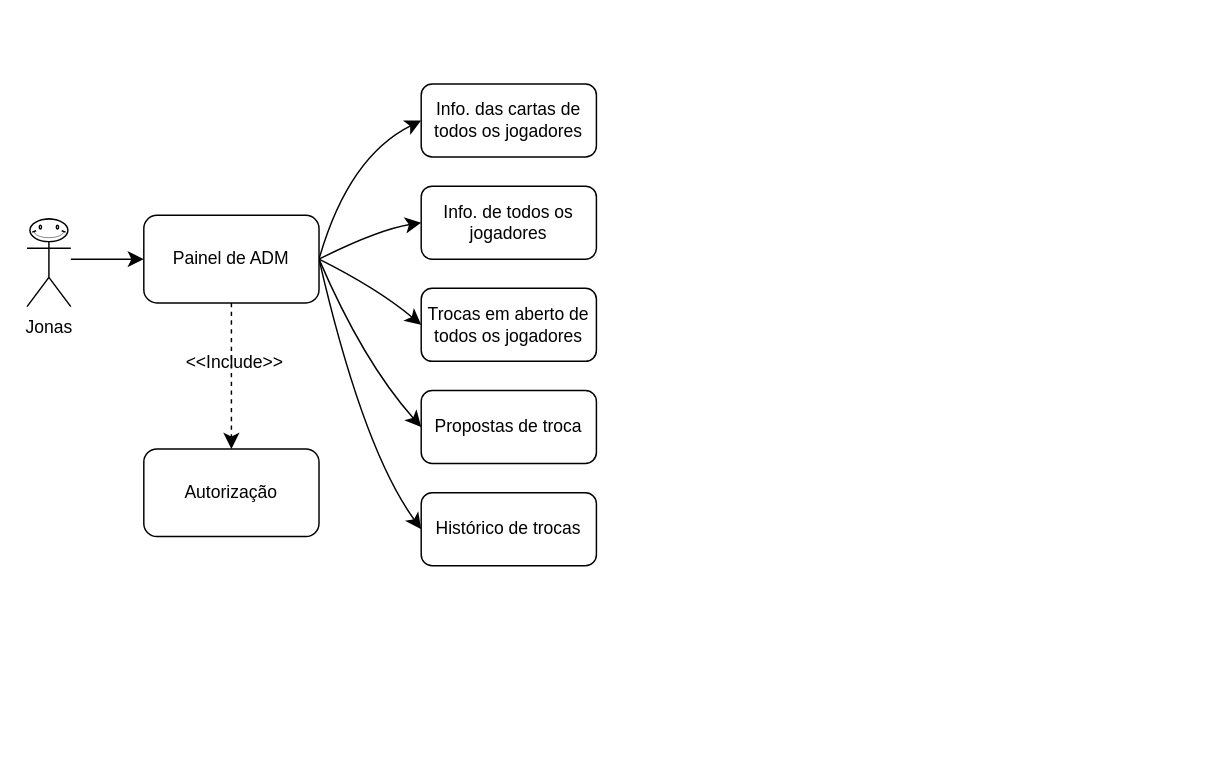
The draw.io diagram page "Page-1" (1 of 2) of .docs/diagrama-painel-adm.drawio in InatelS203-2025-1/painel-admin, before the edit. Source tidied: cells renumbered, new cells numbered last; positions are measured from the earlier drawing's top-left corner, leaving out a move shared by most shapes. Both pictures are drawn from the tidied source at 146%, with x=0, y=0 at pixel (26, 83).
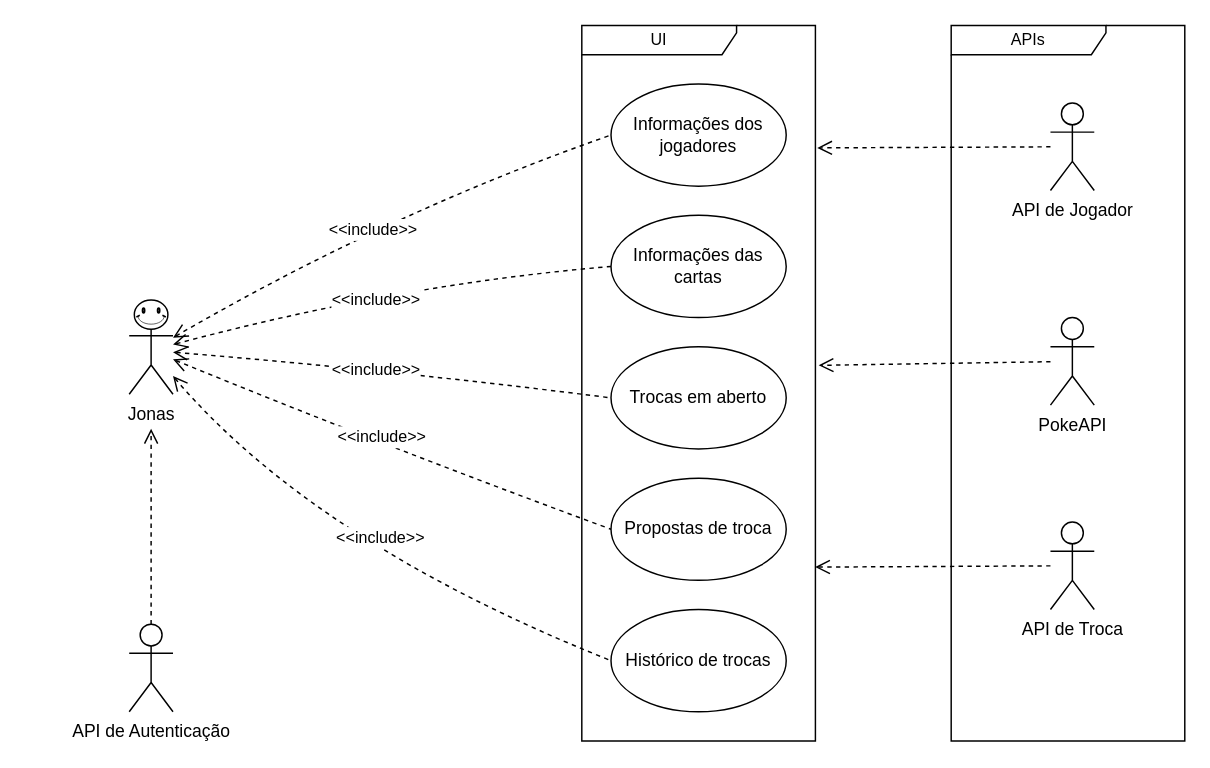
After the change.

Diff of the diagram source:
```diff
@@
-    <mxCell id="2" style="edgeStyle=none;curved=1;rounded=0;jettySize=auto;html=1;entryX=0.5;entryY=0;entryDx=0;entryDy=0;fontSize=12;startSize=8;endSize=8;dashed=1;labelBackgroundColor=none;fontColor=default;" parent="1" edge="1" source="9" target="15">
-      <mxGeometry relative="1" as="geometry" />
-    </mxCell>
-    <mxCell id="3" value="&amp;lt;&amp;lt;Include&amp;gt;&amp;gt;" style="edgeLabel;html=1;align=center;verticalAlign=middle;fontSize=12;labelBackgroundColor=none;" parent="2" vertex="1">
-      <mxGeometry x="-0.21" y="1" relative="1" as="geometry" />
-    </mxCell>
-    <mxCell id="4" style="edgeStyle=none;curved=1;rounded=0;jettySize=auto;html=1;entryX=0;entryY=0.5;entryDx=0;entryDy=0;fontSize=12;startSize=8;endSize=8;exitX=1;exitY=0.5;exitDx=0;exitDy=0;" parent="1" edge="1" source="9" target="13">
+    <mxCell id="4" style="edgeStyle=none;curved=1;rounded=0;jettySize=auto;html=1;entryX=0;entryY=0.5;entryDx=0;entryDy=0;fontSize=12;startSize=8;endSize=8;endArrow=none;startFill=0;dashed=1;startArrow=open;" parent="1" edge="1" source="11" target="23">
       <mxGeometry relative="1" as="geometry">
         <Array as="points">
-          <mxPoint x="220" y="50" />
+          <mxPoint x="256" y="137" />
         </Array>
       </mxGeometry>
     </mxCell>
-    <mxCell id="5" style="edgeStyle=none;curved=1;rounded=0;jettySize=auto;html=1;entryX=0;entryY=0.5;entryDx=0;entryDy=0;fontSize=12;startSize=8;endSize=8;exitX=1;exitY=0.5;exitDx=0;exitDy=0;" parent="1" edge="1" source="9" target="12">
-      <mxGeometry relative="1" as="geometry">
-        <Array as="points">
-          <mxPoint x="240" y="100" />
-        </Array>
-      </mxGeometry>
-    </mxCell>
+    <mxCell id="19" value="&lt;span style=&quot;font-size: 11px;&quot;&gt;&amp;lt;&amp;lt;include&amp;gt;&amp;gt;&lt;/span&gt;" style="edgeLabel;html=1;align=center;verticalAlign=middle;fontFamily=Helvetica;fontSize=12;fontColor=default;labelBackgroundColor=default;" parent="4" vertex="1">
+      <mxGeometry x="-0.22" y="-4" relative="1" as="geometry">
+        <mxPoint x="22" y="-4" as="offset" />
+      </mxGeometry>
+    </mxCell>
-    <mxCell id="6" style="edgeStyle=none;curved=1;rounded=0;jettySize=auto;html=1;entryX=0;entryY=0.5;entryDx=0;entryDy=0;fontSize=12;startSize=8;endSize=8;exitX=1;exitY=0.5;exitDx=0;exitDy=0;" parent="1" edge="1" source="9" target="14">
+    <mxCell id="6" style="edgeStyle=none;curved=1;rounded=0;jettySize=auto;html=1;entryX=0;entryY=0.5;entryDx=0;entryDy=0;fontSize=12;startSize=8;endSize=8;endArrow=none;startFill=0;dashed=1;startArrow=open;" parent="1" edge="1" source="11" target="24">
       <mxGeometry relative="1" as="geometry">
         <Array as="points">
-          <mxPoint x="240" y="140" />
+          <mxPoint x="250" y="196" />
         </Array>
       </mxGeometry>
     </mxCell>
+    <mxCell id="20" value="&lt;span style=&quot;font-size: 11px;&quot;&gt;&amp;lt;&amp;lt;include&amp;gt;&amp;gt;&lt;/span&gt;" style="edgeLabel;html=1;align=center;verticalAlign=middle;fontFamily=Helvetica;fontSize=12;fontColor=default;labelBackgroundColor=default;" parent="6" vertex="1">
+      <mxGeometry x="-0.24" y="2" relative="1" as="geometry">
+        <mxPoint x="24" y="4" as="offset" />
+      </mxGeometry>
+    </mxCell>
-    <mxCell id="7" style="edgeStyle=none;curved=1;rounded=0;jettySize=auto;html=1;entryX=0;entryY=0.5;entryDx=0;entryDy=0;fontSize=12;startSize=8;endSize=8;exitX=1;exitY=0.5;exitDx=0;exitDy=0;" parent="1" edge="1" source="9" target="17">
+    <mxCell id="7" style="edgeStyle=none;curved=1;rounded=0;jettySize=auto;html=1;entryX=0;entryY=0.5;entryDx=0;entryDy=0;fontSize=12;startSize=8;endSize=8;endArrow=none;startFill=0;dashed=1;startArrow=open;" parent="1" edge="1" source="11" target="17">
       <mxGeometry relative="1" as="geometry">
         <Array as="points">
-          <mxPoint x="230" y="190" />
+          <mxPoint x="245" y="248" />
         </Array>
       </mxGeometry>
     </mxCell>
+    <mxCell id="21" value="&lt;span style=&quot;font-size: 11px;&quot;&gt;&amp;lt;&amp;lt;include&amp;gt;&amp;gt;&lt;/span&gt;" style="edgeLabel;html=1;align=center;verticalAlign=middle;fontFamily=Helvetica;fontSize=12;fontColor=default;labelBackgroundColor=default;" parent="7" vertex="1">
+      <mxGeometry x="-0.18" y="9" relative="1" as="geometry">
+        <mxPoint x="17" y="11" as="offset" />
+      </mxGeometry>
+    </mxCell>
-    <mxCell id="8" style="edgeStyle=none;curved=1;rounded=0;jettySize=auto;html=1;entryX=0;entryY=0.5;entryDx=0;entryDy=0;fontSize=12;startSize=8;endSize=8;exitX=1;exitY=0.5;exitDx=0;exitDy=0;" parent="1" edge="1" source="9" target="18">
+    <mxCell id="8" style="edgeStyle=none;curved=1;rounded=0;jettySize=auto;html=1;entryX=0;entryY=0.5;entryDx=0;entryDy=0;fontSize=12;startSize=8;endSize=8;endArrow=none;startFill=0;dashed=1;startArrow=open;" parent="1" edge="1" source="11" target="18">
       <mxGeometry relative="1" as="geometry">
         <Array as="points">
-          <mxPoint x="230" y="250" />
+          <mxPoint x="197" y="314" />
         </Array>
       </mxGeometry>
     </mxCell>
-    <mxCell id="9" value="Painel de ADM" style="rounded=1;whiteSpace=wrap;html=1;labelBackgroundColor=none;" parent="1" vertex="1">
-      <mxGeometry x="80" y="90" width="120" height="60" as="geometry" />
-    </mxCell>
-    <mxCell id="10" style="edgeStyle=none;curved=1;rounded=0;jettySize=auto;html=1;entryX=0;entryY=0.5;entryDx=0;entryDy=0;fontSize=12;startSize=8;endSize=8;labelBackgroundColor=none;fontColor=default;" parent="1" edge="1" target="9">
-      <mxGeometry relative="1" as="geometry">
-        <mxPoint x="30" y="120" as="sourcePoint" />
-      </mxGeometry>
-    </mxCell>
+    <mxCell id="22" value="&lt;span style=&quot;font-size: 11px;&quot;&gt;&amp;lt;&amp;lt;include&amp;gt;&amp;gt;&lt;/span&gt;" style="edgeLabel;html=1;align=center;verticalAlign=middle;fontFamily=Helvetica;fontSize=12;fontColor=default;labelBackgroundColor=default;" parent="8" vertex="1">
+      <mxGeometry x="-0.15" y="10" relative="1" as="geometry">
+        <mxPoint x="35" y="3" as="offset" />
+      </mxGeometry>
+    </mxCell>
     <mxCell id="11" value="Jonas" style="shape=umlActor;verticalLabelPosition=bottom;verticalAlign=top;html=1;outlineConnect=0;labelBackgroundColor=none;" parent="1" vertex="1">
-      <mxGeometry y="92.5" width="30" height="60" as="geometry" />
+      <mxGeometry x="70" y="152.5" width="30" height="60" as="geometry" />
     </mxCell>
-    <mxCell id="12" value="Info. de todos os jogadores" style="rounded=1;whiteSpace=wrap;html=1;labelBackgroundColor=none;" parent="1" vertex="1">
-      <mxGeometry x="270" y="70" width="120" height="50" as="geometry" />
-    </mxCell>
-    <mxCell id="13" value="Info. das cartas de todos os jogadores" style="rounded=1;whiteSpace=wrap;html=1;labelBackgroundColor=none;" parent="1" vertex="1">
-      <mxGeometry x="270" width="120" height="50" as="geometry" />
-    </mxCell>
-    <mxCell id="14" value="Trocas em aberto de todos os jogadores" style="rounded=1;whiteSpace=wrap;html=1;labelBackgroundColor=none;" parent="1" vertex="1">
-      <mxGeometry x="270" y="140" width="120" height="50" as="geometry" />
-    </mxCell>
-    <mxCell id="15" value="Autorização" style="rounded=1;whiteSpace=wrap;html=1;labelBackgroundColor=none;" parent="1" vertex="1">
-      <mxGeometry x="80" y="250" width="120" height="60" as="geometry" />
-    </mxCell>
     <mxCell id="16" style="verticalLabelPosition=bottom;verticalAlign=top;html=1;shape=mxgraph.basic.smiley;labelBackgroundColor=none;" parent="1" vertex="1">
-      <mxGeometry x="2" y="92.5" width="26" height="15.5" as="geometry" />
+      <mxGeometry x="73.5" y="148" width="23" height="20" as="geometry" />
     </mxCell>
+    <mxCell id="23" value="Informações das cartas" style="ellipse;whiteSpace=wrap;html=1;" parent="1" vertex="1">
+      <mxGeometry x="400" y="90" width="120" height="70" as="geometry" />
+    </mxCell>
+    <mxCell id="24" value="Trocas em aberto" style="ellipse;whiteSpace=wrap;html=1;" parent="1" vertex="1">
+      <mxGeometry x="400" y="180" width="120" height="70" as="geometry" />
+    </mxCell>
+    <mxCell id="25" value="Informações dos jogadores" style="ellipse;whiteSpace=wrap;html=1;" parent="1" vertex="1">
+      <mxGeometry x="400" width="120" height="70" as="geometry" />
+    </mxCell>
-    <mxCell id="17" value="Propostas de troca" style="rounded=1;whiteSpace=wrap;html=1;labelBackgroundColor=none;" parent="1" vertex="1">
-      <mxGeometry x="270" y="210" width="120" height="50" as="geometry" />
+    <mxCell id="17" value="Propostas de troca" style="ellipse;whiteSpace=wrap;html=1;" parent="1" vertex="1">
+      <mxGeometry x="400" y="270" width="120" height="70" as="geometry" />
     </mxCell>
-    <mxCell id="18" value="Histórico de trocas" style="rounded=1;whiteSpace=wrap;html=1;labelBackgroundColor=none;" parent="1" vertex="1">
-      <mxGeometry x="270" y="280" width="120" height="50" as="geometry" />
+    <mxCell id="18" value="Histórico de trocas" style="ellipse;whiteSpace=wrap;html=1;" parent="1" vertex="1">
+      <mxGeometry x="400" y="360" width="120" height="70" as="geometry" />
     </mxCell>
+    <mxCell id="26" style="edgeStyle=none;shape=connector;curved=1;rounded=0;jettySize=auto;html=1;entryX=0;entryY=0.5;entryDx=0;entryDy=0;strokeColor=default;align=center;verticalAlign=middle;fontFamily=Helvetica;fontSize=12;fontColor=default;labelBackgroundColor=default;startFill=0;startSize=8;endArrow=none;endSize=8;dashed=1;startArrow=open;" parent="1" edge="1" source="11" target="25">
+      <mxGeometry relative="1" as="geometry">
+        <Array as="points">
+          <mxPoint x="248" y="88" />
+        </Array>
+      </mxGeometry>
+    </mxCell>
+    <mxCell id="27" value="&lt;span style=&quot;font-size: 11px;&quot;&gt;&amp;lt;&amp;lt;include&amp;gt;&amp;gt;&lt;/span&gt;" style="edgeLabel;html=1;align=center;verticalAlign=middle;fontFamily=Helvetica;fontSize=12;fontColor=default;labelBackgroundColor=default;" parent="26" vertex="1">
+      <mxGeometry x="-0.01" y="-5" relative="1" as="geometry">
+        <mxPoint x="-8" y="4" as="offset" />
+      </mxGeometry>
+    </mxCell>
+    <mxCell id="28" value="UI" style="shape=umlFrame;whiteSpace=wrap;html=1;fontFamily=Helvetica;fontSize=11;fontColor=default;labelBackgroundColor=default;width=106;height=20;" parent="1" vertex="1">
+      <mxGeometry x="380" y="-40" width="160" height="490" as="geometry" />
+    </mxCell>
+    <mxCell id="29" value="APIs" style="shape=umlFrame;whiteSpace=wrap;html=1;fontFamily=Helvetica;fontSize=11;fontColor=default;labelBackgroundColor=default;width=106;height=20;" parent="1" vertex="1">
+      <mxGeometry x="633" y="-40" width="160" height="490" as="geometry" />
+    </mxCell>
+    <mxCell id="30" value="API de Jogador" style="shape=umlActor;verticalLabelPosition=bottom;verticalAlign=top;html=1;outlineConnect=0;" parent="1" vertex="1">
+      <mxGeometry x="701" y="13" width="30" height="60" as="geometry" />
+    </mxCell>
+    <mxCell id="31" value="PokeAPI" style="shape=umlActor;verticalLabelPosition=bottom;verticalAlign=top;html=1;outlineConnect=0;" parent="1" vertex="1">
+      <mxGeometry x="701" y="160" width="30" height="60" as="geometry" />
+    </mxCell>
+    <mxCell id="32" value="API de Troca" style="shape=umlActor;verticalLabelPosition=bottom;verticalAlign=top;html=1;outlineConnect=0;" parent="1" vertex="1">
+      <mxGeometry x="701" y="300" width="30" height="60" as="geometry" />
+    </mxCell>
+    <mxCell id="33" style="edgeStyle=none;curved=1;rounded=0;jettySize=auto;html=1;entryX=1.008;entryY=0.171;entryDx=0;entryDy=0;entryPerimeter=0;fontSize=12;startSize=8;endSize=8;endArrow=open;endFill=0;dashed=1;" parent="1" edge="1" source="30" target="28">
+      <mxGeometry relative="1" as="geometry" />
+    </mxCell>
+    <mxCell id="34" style="edgeStyle=none;curved=1;rounded=0;jettySize=auto;html=1;entryX=0.999;entryY=0.757;entryDx=0;entryDy=0;entryPerimeter=0;fontSize=12;startSize=8;endSize=8;endArrow=open;endFill=0;dashed=1;" parent="1" edge="1" source="32" target="28">
+      <mxGeometry relative="1" as="geometry" />
+    </mxCell>
+    <mxCell id="35" style="edgeStyle=none;curved=1;rounded=0;jettySize=auto;html=1;entryX=1.014;entryY=0.475;entryDx=0;entryDy=0;entryPerimeter=0;fontSize=12;startSize=8;endSize=8;endArrow=open;endFill=0;dashed=1;" parent="1" edge="1" source="31" target="28">
+      <mxGeometry relative="1" as="geometry" />
+    </mxCell>
+    <mxCell id="36" style="edgeStyle=none;curved=1;rounded=0;jettySize=auto;html=1;fontSize=12;startSize=8;endSize=8;dashed=1;endArrow=open;endFill=0;" parent="1" edge="1" source="37">
+      <mxGeometry relative="1" as="geometry">
+        <mxPoint x="85" y="236.2" as="targetPoint" />
+      </mxGeometry>
+    </mxCell>
+    <mxCell id="37" value="API de Autenticação" style="shape=umlActor;verticalLabelPosition=bottom;verticalAlign=top;html=1;outlineConnect=0;" parent="1" vertex="1">
+      <mxGeometry x="70" y="370" width="30" height="60" as="geometry" />
+    </mxCell>
```
